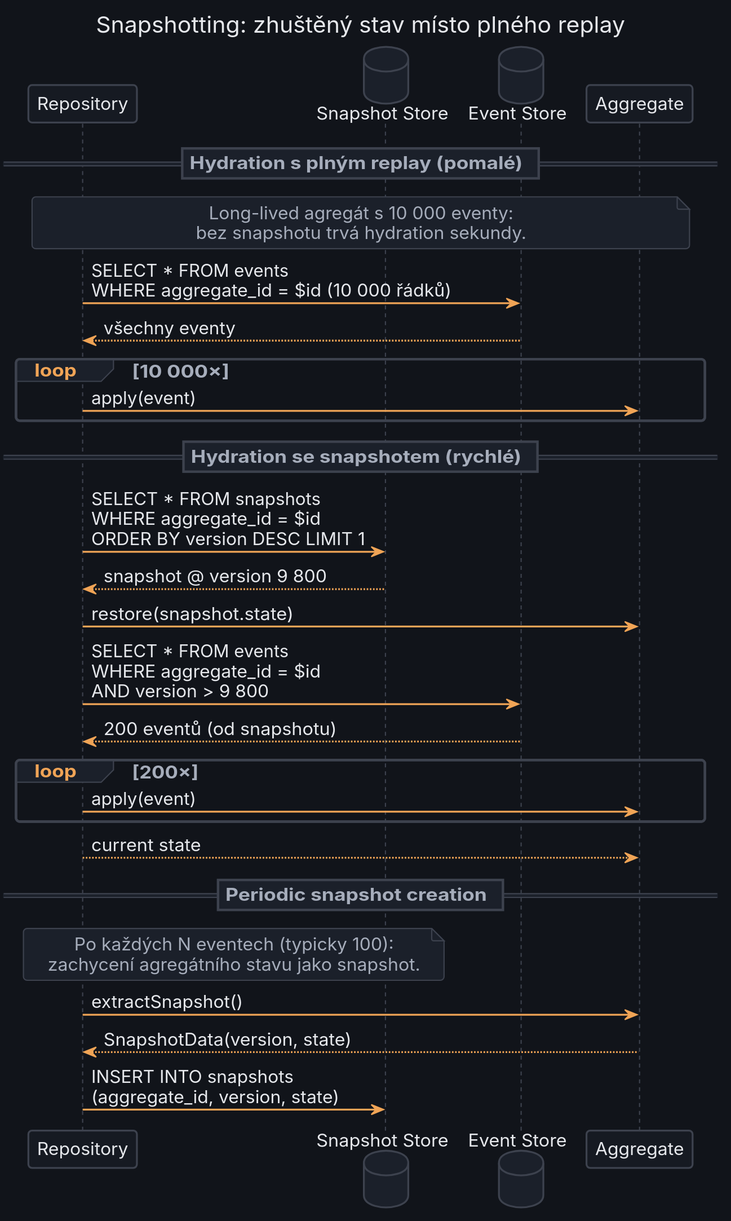
MichalKatuscak/ddd-v-symfony keeps this PlantUML diagram as public/images/diagrams/14_event_sourcing/snapshot_strategy.svg. Above is the earlier version. Source of this version:
```plantuml
@startuml snapshot_strategy
skinparam dpi 150
skinparam backgroundColor #11141A
skinparam shadowing false
skinparam roundCorner 6

skinparam defaultFontName "DejaVu Sans"
skinparam defaultFontSize 14
skinparam defaultFontColor #E6E8EC
skinparam defaultTextAlignment center


skinparam ArrowColor #F0A456
skinparam ArrowFontColor #E6E8EC
skinparam ArrowThickness 1.5

skinparam node {
  BackgroundColor #161A22
  BorderColor #3D424E
  FontColor #E6E8EC
}

skinparam component {
  BackgroundColor #161A22
  BorderColor #3D424E
  FontColor #E6E8EC
}

skinparam rectangle {
  BackgroundColor #161A22
  BorderColor #3D424E
  FontColor #E6E8EC
}

skinparam package {
  BackgroundColor #11141A
  BorderColor #F0A456
  FontColor #F0A456
}

skinparam folder {
  BackgroundColor #161A22
  BorderColor #3D424E
  FontColor #E6E8EC
}

skinparam frame {
  BackgroundColor #161A22
  BorderColor #3D424E
  FontColor #E6E8EC
}

skinparam database {
  BackgroundColor #1B202A
  BorderColor #3D424E
  FontColor #E6E8EC
}

skinparam queue {
  BackgroundColor #1B202A
  BorderColor #3D424E
  FontColor #E6E8EC
}

skinparam cloud {
  BackgroundColor #1B202A
  BorderColor #3D424E
  FontColor #E6E8EC
}

skinparam actor {
  BackgroundColor #161A22
  BorderColor #F0A456
  FontColor #E6E8EC
}

skinparam usecase {
  BackgroundColor #161A22
  BorderColor #3D424E
  FontColor #E6E8EC
}

skinparam class {
  BackgroundColor #161A22
  BorderColor #3D424E
  HeaderBackgroundColor #1B202A
  ArrowColor #F0A456
  FontColor #E6E8EC
  AttributeFontColor #A6ADBB
  StereotypeFontColor #F0A456
}

skinparam object {
  BackgroundColor #161A22
  BorderColor #3D424E
  FontColor #E6E8EC
}

skinparam sequence {
  ParticipantBackgroundColor #161A22
  ParticipantBorderColor #3D424E
  ParticipantFontColor #E6E8EC
  ActorBackgroundColor #161A22
  ActorBorderColor #F0A456
  ActorFontColor #E6E8EC
  LifeLineBorderColor #3D424E
  LifeLineBackgroundColor #1B202A
  ArrowColor #F0A456
  ArrowFontColor #E6E8EC
  GroupBackgroundColor #1B202A
  GroupBorderColor #3D424E
  GroupFontColor #A6ADBB
  GroupHeaderFontColor #F0A456
  BoxBackgroundColor #11141A
  BoxBorderColor #F0A456
  BoxFontColor #F0A456
  DividerBackgroundColor #1B202A
  DividerBorderColor #3D424E
  DividerFontColor #A6ADBB
  ReferenceBackgroundColor #161A22
  ReferenceBorderColor #3D424E
  ReferenceFontColor #E6E8EC
  ReferenceHeaderBackgroundColor #1B202A
  StereotypeFontColor #F0A456
}

skinparam state {
  BackgroundColor #161A22
  BorderColor #3D424E
  FontColor #E6E8EC
  StartColor #F0A456
  EndColor #F0A456
  ArrowColor #F0A456
  AttributeFontColor #A6ADBB
}

skinparam activity {
  BackgroundColor #161A22
  BorderColor #3D424E
  FontColor #E6E8EC
  ArrowColor #F0A456
  StartColor #F0A456
  EndColor #F0A456
  BarColor #F0A456
  DiamondBackgroundColor #1B202A
  DiamondBorderColor #3D424E
  DiamondFontColor #E6E8EC
}

skinparam note {
  BackgroundColor #1B202A
  BorderColor #3D424E
  FontColor #A6ADBB
}

skinparam title {
  FontColor #E6E8EC
  FontSize 18
}

skinparam legend {
  BackgroundColor #161A22
  BorderColor #3D424E
  FontColor #A6ADBB
}

skinparam caption {
  FontColor #A6ADBB
}

skinparam stereotype {
  CBackgroundColor #1B202A
  CBorderColor #F0A456
  ABackgroundColor #1B202A
  ABorderColor #F0A456
  IBackgroundColor #1B202A
  IBorderColor #F0A456
  EBackgroundColor #1B202A
  EBorderColor #F0A456
}

title Snapshotting: zhuštěný stav místo plného replay

participant "Repository" as repo
database "Snapshot Store" as ss
database "Event Store" as es
participant "Aggregate" as agg

== Hydration s plným replay (pomalé) ==
note over repo, agg
  Long-lived agregát s 10 000 eventy:
  bez snapshotu trvá hydration sekundy.
end note

repo -> es : SELECT * FROM events\nWHERE aggregate_id = $id (10 000 řádků)
es --> repo : všechny eventy
loop 10 000×
  repo -> agg : apply(event)
end

== Hydration se snapshotem (rychlé) ==
repo -> ss : SELECT * FROM snapshots\nWHERE aggregate_id = $id\nORDER BY version DESC LIMIT 1
ss --> repo : snapshot @ version 9 800
repo -> agg : restore(snapshot.state)

repo -> es : SELECT * FROM events\nWHERE aggregate_id = $id\nAND version > 9 800
es --> repo : 200 eventů (od snapshotu)

loop 200×
  repo -> agg : apply(event)
end

repo --> agg : current state

== Periodic snapshot creation ==
note over repo, ss
  Po každých N eventech (typicky 100):
  zachycení agregátního stavu jako snapshot.
end note

repo -> agg : extractSnapshot()
agg --> repo : SnapshotData(version, state)
repo -> ss : INSERT INTO snapshots\n(aggregate_id, version, state)

@enduml
```
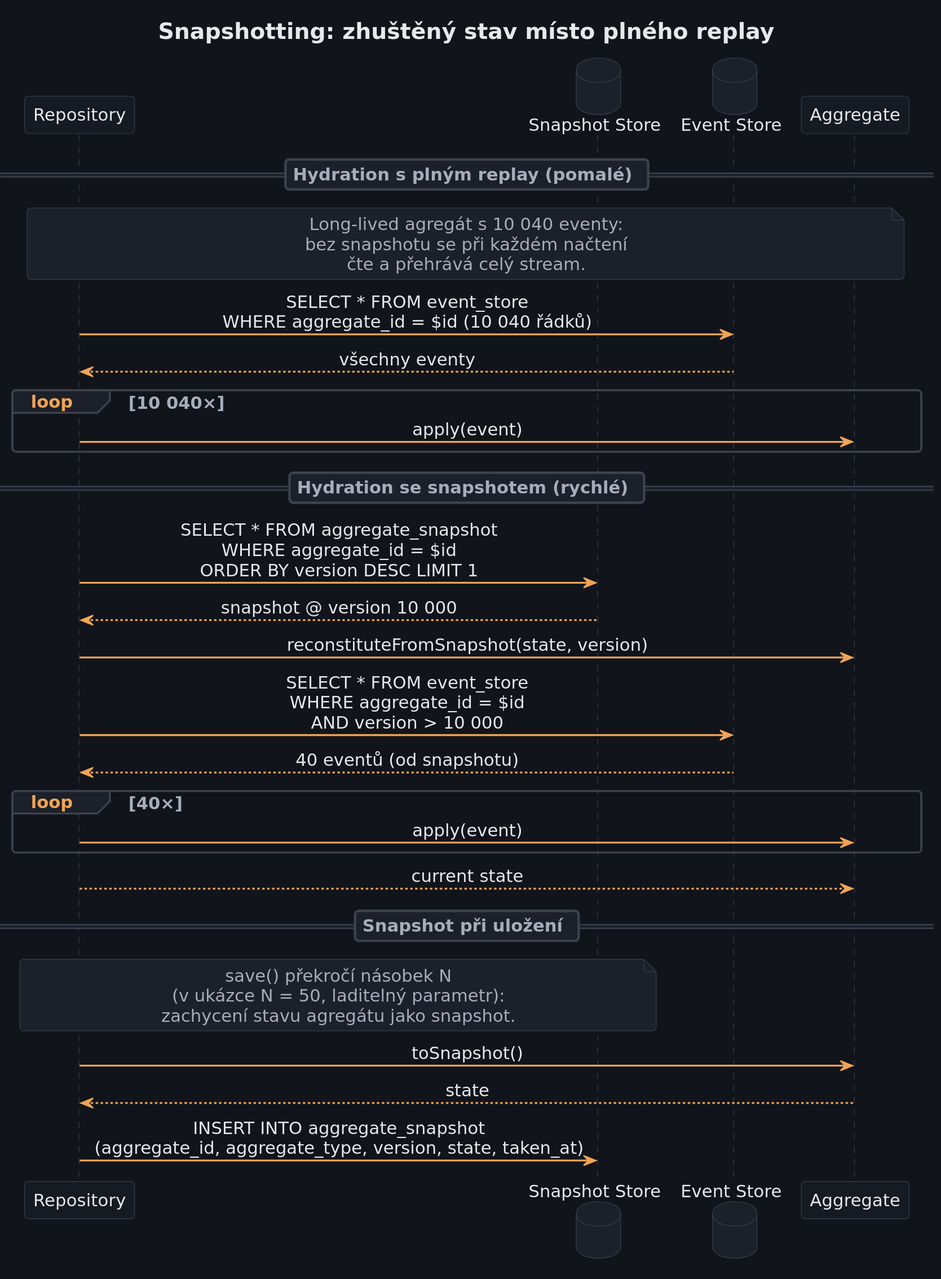
Later version of the same file.

The edit, as a diff of the source:
```diff
@@ -1,183 +1,5 @@
-@startuml snapshot_strategy
-skinparam dpi 150
-skinparam backgroundColor #11141A
-skinparam shadowing false
-skinparam roundCorner 6
-
-skinparam defaultFontName "DejaVu Sans"
-skinparam defaultFontSize 14
-skinparam defaultFontColor #E6E8EC
-skinparam defaultTextAlignment center
-
-
-skinparam ArrowColor #F0A456
-skinparam ArrowFontColor #E6E8EC
-skinparam ArrowThickness 1.5
-
-skinparam node {
-  BackgroundColor #161A22
-  BorderColor #3D424E
-  FontColor #E6E8EC
-}
-
-skinparam component {
-  BackgroundColor #161A22
-  BorderColor #3D424E
-  FontColor #E6E8EC
-}
-
-skinparam rectangle {
-  BackgroundColor #161A22
-  BorderColor #3D424E
-  FontColor #E6E8EC
-}
-
-skinparam package {
-  BackgroundColor #11141A
-  BorderColor #F0A456
-  FontColor #F0A456
-}
-
-skinparam folder {
-  BackgroundColor #161A22
-  BorderColor #3D424E
-  FontColor #E6E8EC
-}
-
-skinparam frame {
-  BackgroundColor #161A22
-  BorderColor #3D424E
-  FontColor #E6E8EC
-}
-
-skinparam database {
-  BackgroundColor #1B202A
-  BorderColor #3D424E
-  FontColor #E6E8EC
-}
-
-skinparam queue {
-  BackgroundColor #1B202A
-  BorderColor #3D424E
-  FontColor #E6E8EC
-}
-
-skinparam cloud {
-  BackgroundColor #1B202A
-  BorderColor #3D424E
-  FontColor #E6E8EC
-}
-
-skinparam actor {
-  BackgroundColor #161A22
-  BorderColor #F0A456
-  FontColor #E6E8EC
-}
-
-skinparam usecase {
-  BackgroundColor #161A22
-  BorderColor #3D424E
-  FontColor #E6E8EC
-}
-
-skinparam class {
-  BackgroundColor #161A22
-  BorderColor #3D424E
-  HeaderBackgroundColor #1B202A
-  ArrowColor #F0A456
-  FontColor #E6E8EC
-  AttributeFontColor #A6ADBB
-  StereotypeFontColor #F0A456
-}
-
-skinparam object {
-  BackgroundColor #161A22
-  BorderColor #3D424E
-  FontColor #E6E8EC
-}
-
-skinparam sequence {
-  ParticipantBackgroundColor #161A22
-  ParticipantBorderColor #3D424E
-  ParticipantFontColor #E6E8EC
-  ActorBackgroundColor #161A22
-  ActorBorderColor #F0A456
-  ActorFontColor #E6E8EC
-  LifeLineBorderColor #3D424E
-  LifeLineBackgroundColor #1B202A
-  ArrowColor #F0A456
-  ArrowFontColor #E6E8EC
-  GroupBackgroundColor #1B202A
-  GroupBorderColor #3D424E
-  GroupFontColor #A6ADBB
-  GroupHeaderFontColor #F0A456
-  BoxBackgroundColor #11141A
-  BoxBorderColor #F0A456
-  BoxFontColor #F0A456
-  DividerBackgroundColor #1B202A
-  DividerBorderColor #3D424E
-  DividerFontColor #A6ADBB
-  ReferenceBackgroundColor #161A22
-  ReferenceBorderColor #3D424E
-  ReferenceFontColor #E6E8EC
-  ReferenceHeaderBackgroundColor #1B202A
-  StereotypeFontColor #F0A456
-}
-
-skinparam state {
-  BackgroundColor #161A22
-  BorderColor #3D424E
-  FontColor #E6E8EC
-  StartColor #F0A456
-  EndColor #F0A456
-  ArrowColor #F0A456
-  AttributeFontColor #A6ADBB
-}
-
-skinparam activity {
-  BackgroundColor #161A22
-  BorderColor #3D424E
-  FontColor #E6E8EC
-  ArrowColor #F0A456
-  StartColor #F0A456
-  EndColor #F0A456
-  BarColor #F0A456
-  DiamondBackgroundColor #1B202A
-  DiamondBorderColor #3D424E
-  DiamondFontColor #E6E8EC
-}
-
-skinparam note {
-  BackgroundColor #1B202A
-  BorderColor #3D424E
-  FontColor #A6ADBB
-}
-
-skinparam title {
-  FontColor #E6E8EC
-  FontSize 18
-}
-
-skinparam legend {
-  BackgroundColor #161A22
-  BorderColor #3D424E
-  FontColor #A6ADBB
-}
-
-skinparam caption {
-  FontColor #A6ADBB
-}
-
-skinparam stereotype {
-  CBackgroundColor #1B202A
-  CBorderColor #F0A456
-  ABackgroundColor #1B202A
-  ABorderColor #F0A456
-  IBackgroundColor #1B202A
-  IBorderColor #F0A456
-  EBackgroundColor #1B202A
-  EBorderColor #F0A456
-}
+@startuml
+!include ../theme.iuml
 
 title Snapshotting: zhuštěný stav místo plného replay
 
@@ -188,38 +10,39 @@
 
 == Hydration s plným replay (pomalé) ==
 note over repo, agg
-  Long-lived agregát s 10 000 eventy:
-  bez snapshotu trvá hydration sekundy.
+  Long-lived agregát s 10 040 eventy:
+  bez snapshotu se při každém načtení
+  čte a přehrává celý stream.
 end note
 
-repo -> es : SELECT * FROM events\nWHERE aggregate_id = $id (10 000 řádků)
+repo -> es : SELECT * FROM event_store\nWHERE aggregate_id = $id (10 040 řádků)
 es --> repo : všechny eventy
-loop 10 000×
+loop 10 040×
   repo -> agg : apply(event)
 end
 
 == Hydration se snapshotem (rychlé) ==
-repo -> ss : SELECT * FROM snapshots\nWHERE aggregate_id = $id\nORDER BY version DESC LIMIT 1
-ss --> repo : snapshot @ version 9 800
-repo -> agg : restore(snapshot.state)
+repo -> ss : SELECT * FROM aggregate_snapshot\nWHERE aggregate_id = $id\nORDER BY version DESC LIMIT 1
+ss --> repo : snapshot @ version 10 000
+repo -> agg : reconstituteFromSnapshot(state, version)
 
-repo -> es : SELECT * FROM events\nWHERE aggregate_id = $id\nAND version > 9 800
-es --> repo : 200 eventů (od snapshotu)
+repo -> es : SELECT * FROM event_store\nWHERE aggregate_id = $id\nAND version > 10 000
+es --> repo : 40 eventů (od snapshotu)
 
-loop 200×
+loop 40×
   repo -> agg : apply(event)
 end
 
 repo --> agg : current state
 
-== Periodic snapshot creation ==
+== Snapshot při uložení ==
 note over repo, ss
-  Po každých N eventech (typicky 100):
-  zachycení agregátního stavu jako snapshot.
+  save() překročí násobek N
+  (v ukázce N = 50, laditelný parametr):
+  zachycení stavu agregátu jako snapshot.
 end note
 
-repo -> agg : extractSnapshot()
-agg --> repo : SnapshotData(version, state)
-repo -> ss : INSERT INTO snapshots\n(aggregate_id, version, state)
-
+repo -> agg : toSnapshot()
+agg --> repo : state
+repo -> ss : INSERT INTO aggregate_snapshot\n(aggregate_id, aggregate_type, version, state, taken_at)
 @enduml
```
